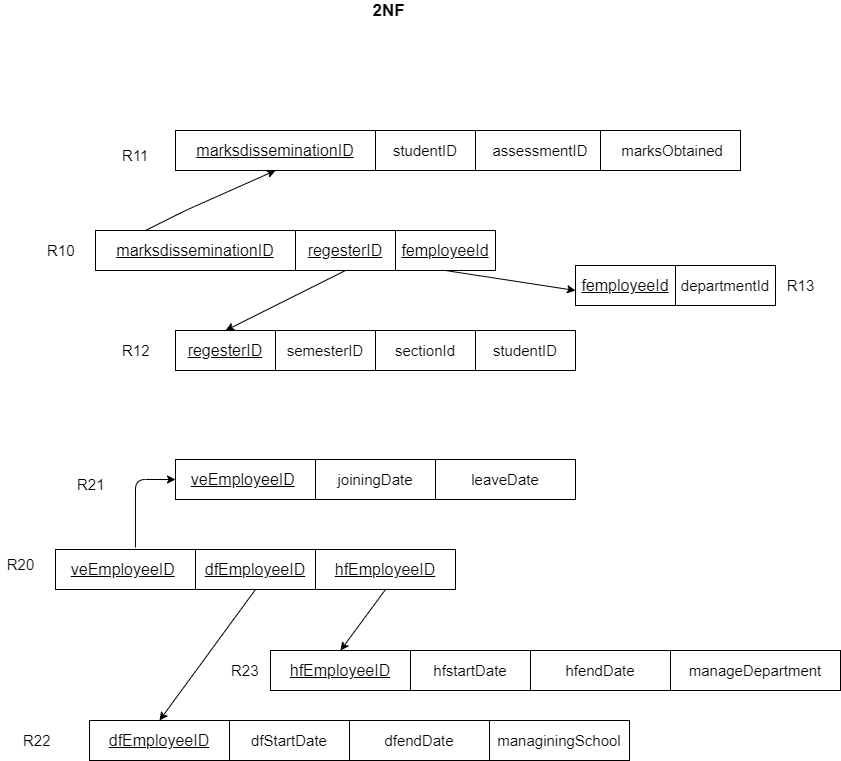
Earlier version of the draw.io export Reports/Report 2/Normalization/2NF.png (MuhammadFahimulHuq/Student-Performance-Monitor). Source tidied: cells renumbered, new cells last; positions are measured from the earlier drawing's top-left corner, leaving out a move shared by most shapes.
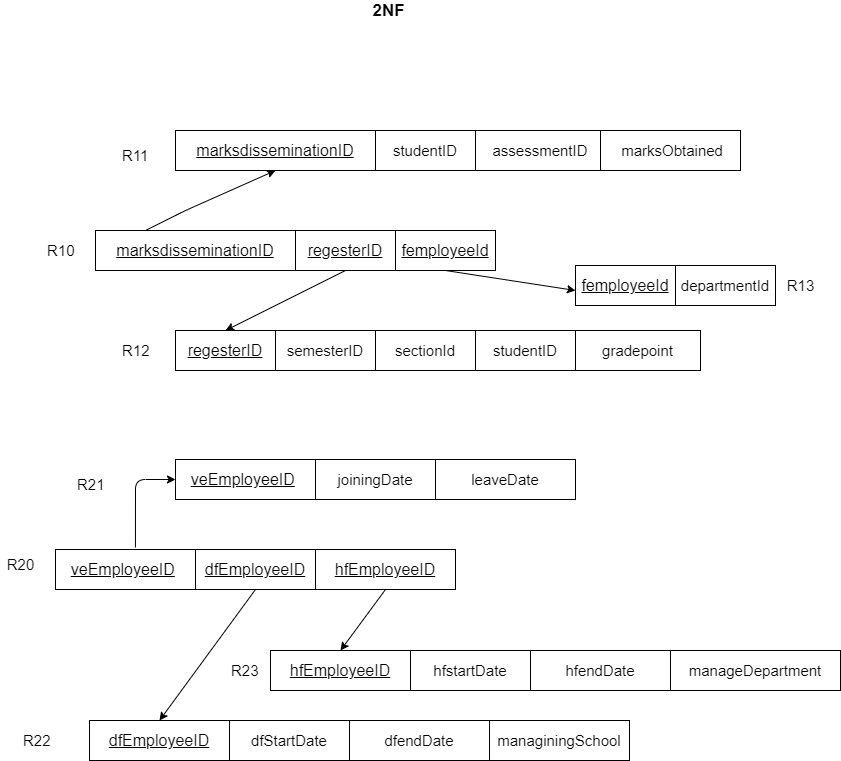
Above is the later version.

The edit, as a diff of the source:
```diff
@@ -145,5 +145,8 @@
     <mxCell id="45" style="endArrow=classic;html=1;exitX=0.5;exitY=1;exitDx=0;exitDy=0;entryX=0.5;entryY=0;entryDx=0;entryDy=0;" parent="1" edge="1" source="17" target="27">
       <mxGeometry relative="1" as="geometry" />
     </mxCell>
+    <mxCell id="46" value="&lt;div style=&quot;text-align: left&quot;&gt;&lt;span style=&quot;font-size: 15px&quot;&gt;gradepoint&lt;/span&gt;&lt;/div&gt;" style="whiteSpace=wrap;html=1;align=center;" parent="1" vertex="1">
+      <mxGeometry x="575" y="330" width="125" height="40" as="geometry" />
+    </mxCell>
   </root>
 </mxGraphModel>
```
